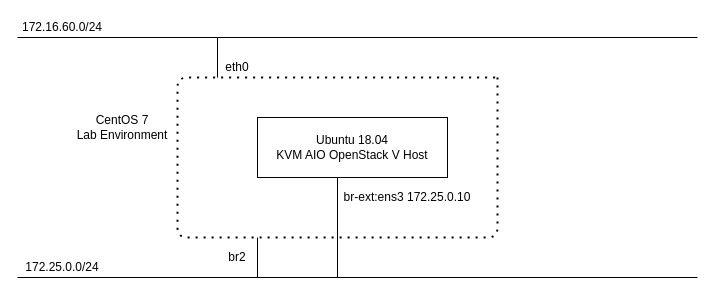
Above: src/ansible-cloudlab-centos/image/coalab-devstack.drawio in 99cloud/lab-openstack (draw.io), before the change. Source tidied: cells renumbered, new cells numbered last; positions are measured from the earlier drawing's top-left corner, leaving out a move shared by most shapes. Both pictures are drawn from the tidied source at 100%, with x=0, y=0 at pixel (17, 17).
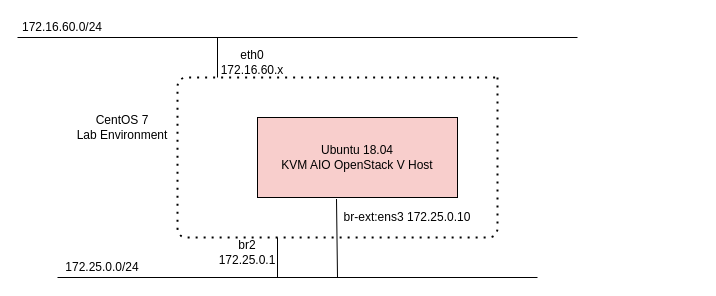
The same page after the edit.

The edit, as a diff of the source:
```diff
@@
     <mxCell id="2" style="endArrow=none;html=1;" parent="1" edge="1">
       <mxGeometry relative="1" as="geometry">
         <mxPoint y="20" as="sourcePoint" />
-        <mxPoint x="680" y="20" as="targetPoint" />
+        <mxPoint x="560" y="20" as="targetPoint" />
       </mxGeometry>
     </mxCell>
-    <mxCell id="3" style="endArrow=none;html=1;" parent="1" edge="1">
+    <mxCell id="3" style="endArrow=none;html=1;exitX=0;exitY=1;exitDx=0;exitDy=0;" parent="1" edge="1" source="14">
       <mxGeometry relative="1" as="geometry">
-        <mxPoint y="260" as="sourcePoint" />
-        <mxPoint x="680" y="260" as="targetPoint" />
+        <mxPoint x="520" y="260" as="targetPoint" />
       </mxGeometry>
     </mxCell>
@@
-    <mxCell id="5" value="Ubuntu 18.04&lt;br&gt;KVM AIO OpenStack V Host" style="rounded=0;whiteSpace=wrap;html=1;" parent="1" vertex="1">
-      <mxGeometry x="240" y="100" width="190" height="60" as="geometry" />
+    <mxCell id="5" value="Ubuntu 18.04&lt;br&gt;KVM AIO OpenStack V Host" style="rounded=0;whiteSpace=wrap;html=1;fillColor=#F8CECC;" parent="1" vertex="1">
+      <mxGeometry x="240" y="100" width="200" height="80" as="geometry" />
     </mxCell>
-    <mxCell id="6" style="endArrow=none;html=1;" parent="1" edge="1">
+    <mxCell id="6" style="endArrow=none;html=1;exitX=0.395;exitY=1.019;exitDx=0;exitDy=0;exitPerimeter=0;" parent="1" edge="1" source="5">
       <mxGeometry relative="1" as="geometry">
-        <mxPoint x="320" y="160" as="sourcePoint" />
         <mxPoint x="320" y="260" as="targetPoint" />
       </mxGeometry>
     </mxCell>
     <mxCell id="7" value="br-ext:ens3&amp;nbsp;172.25.0.10" style="text;html=1;strokeColor=none;fillColor=none;align=center;verticalAlign=middle;whiteSpace=wrap;rounded=0;" parent="1" vertex="1">
-      <mxGeometry x="320" y="170" width="140" height="20" as="geometry" />
+      <mxGeometry x="320" y="190" width="140" height="20" as="geometry" />
     </mxCell>
@@
-    <mxCell id="10" value="eth0" style="text;html=1;strokeColor=none;fillColor=none;align=center;verticalAlign=middle;whiteSpace=wrap;rounded=0;" parent="1" vertex="1">
-      <mxGeometry x="200" y="40" width="40" height="20" as="geometry" />
+    <mxCell id="10" value="eth0&lt;br&gt;172.16.60.x" style="text;html=1;strokeColor=none;fillColor=none;align=center;verticalAlign=middle;whiteSpace=wrap;rounded=0;" parent="1" vertex="1">
+      <mxGeometry x="200" y="30" width="70" height="30" as="geometry" />
     </mxCell>
@@
     <mxCell id="12" style="endArrow=none;html=1;" parent="1" edge="1">
       <mxGeometry relative="1" as="geometry">
-        <mxPoint x="240" y="260" as="sourcePoint" />
-        <mxPoint x="240" y="220" as="targetPoint" />
+        <mxPoint x="260" y="260" as="sourcePoint" />
+        <mxPoint x="260" y="220" as="targetPoint" />
       </mxGeometry>
     </mxCell>
-    <mxCell id="13" value="br2" style="text;html=1;strokeColor=none;fillColor=none;align=center;verticalAlign=middle;whiteSpace=wrap;rounded=0;" parent="1" vertex="1">
-      <mxGeometry x="200" y="230" width="40" height="20" as="geometry" />
+    <mxCell id="13" value="br2&lt;br&gt;172.25.0.1" style="text;html=1;strokeColor=none;fillColor=none;align=center;verticalAlign=middle;whiteSpace=wrap;rounded=0;" parent="1" vertex="1">
+      <mxGeometry x="200" y="220" width="60" height="30" as="geometry" />
     </mxCell>
     <mxCell id="14" value="172.25.0.0/24" style="text;html=1;strokeColor=none;fillColor=none;align=center;verticalAlign=middle;whiteSpace=wrap;rounded=0;" parent="1" vertex="1">
-      <mxGeometry y="240" width="90" height="20" as="geometry" />
+      <mxGeometry x="40" y="240" width="90" height="20" as="geometry" />
     </mxCell>
```
